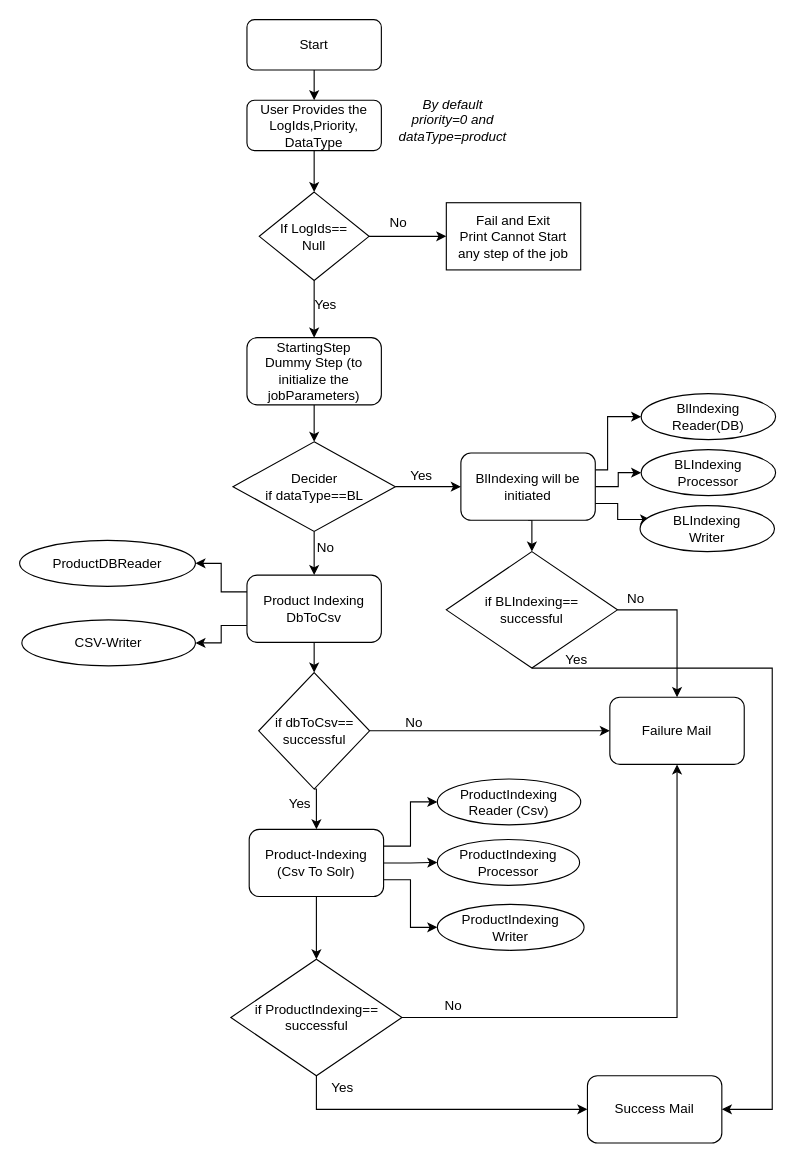
Before: Untitled Diagram.drawio in M-Somtirth/training, a draw.io diagram. Source tidied: cells renumbered, new cells numbered last; positions are measured from the earlier drawing's top-left corner, leaving out a move shared by most shapes. Both pictures are drawn from the tidied source at 112%, with x=0, y=0 at pixel (19, 19).
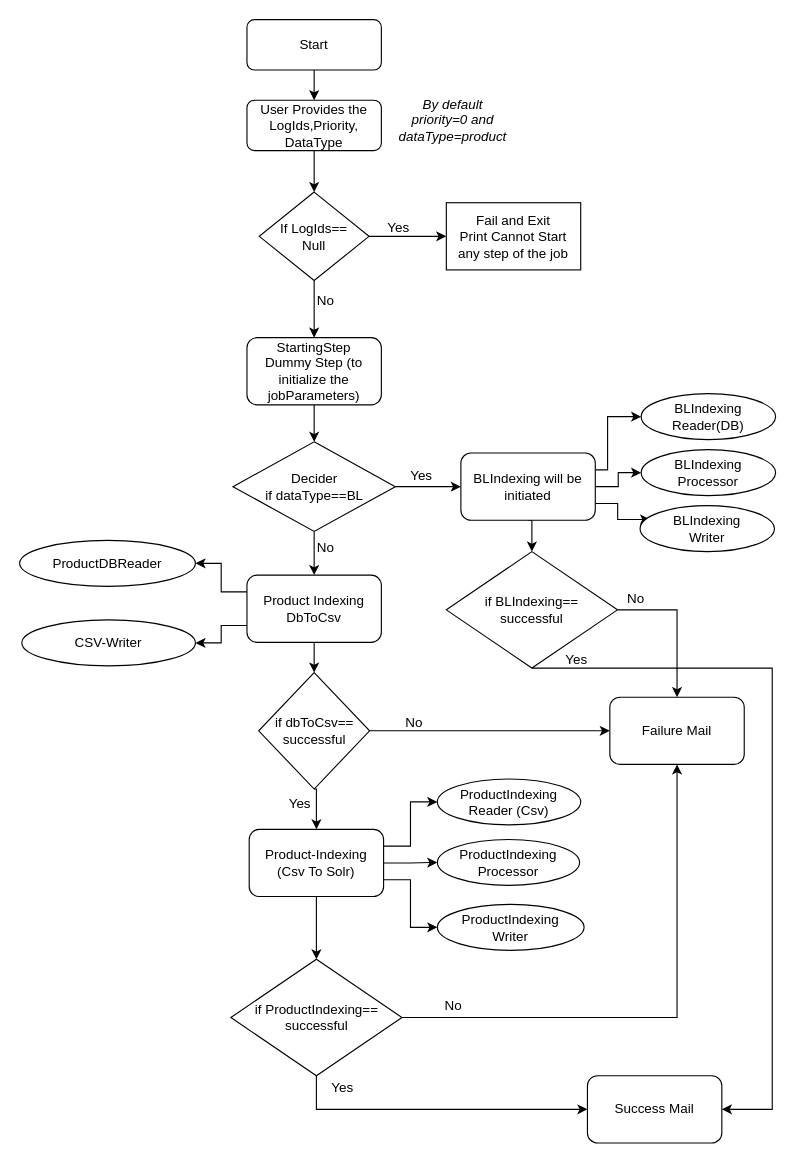
After the change.

Change to the diagram source:
```diff
@@
-    <mxCell id="11" value="BlIndexing will be initiated" style="rounded=1;whiteSpace=wrap;html=1;" parent="1" vertex="1">
+    <mxCell id="11" value="BLIndexing will be initiated" style="rounded=1;whiteSpace=wrap;html=1;" parent="1" vertex="1">
       <mxGeometry x="394" y="387" width="120" height="60" as="geometry" />
     </mxCell>
-    <mxCell id="12" value="BlIndexing&lt;br&gt;Reader(DB)" style="ellipse;whiteSpace=wrap;html=1;" parent="1" vertex="1">
+    <mxCell id="12" value="BLIndexing&lt;br&gt;Reader(DB)" style="ellipse;whiteSpace=wrap;html=1;" parent="1" vertex="1">
       <mxGeometry x="555" y="334" width="120" height="41" as="geometry" />
     </mxCell>
@@
     <mxCell id="59" value="No" style="text;html=1;align=center;verticalAlign=middle;strokeColor=none;fillColor=none;" parent="1" vertex="1">
-      <mxGeometry x="321" y="169" width="33" height="26" as="geometry" />
+      <mxGeometry x="256" y="238" width="33" height="26" as="geometry" />
     </mxCell>
     <mxCell id="60" value="Yes" style="text;html=1;align=center;verticalAlign=middle;strokeColor=none;fillColor=none;" parent="1" vertex="1">
-      <mxGeometry x="254" y="242" width="38" height="26" as="geometry" />
+      <mxGeometry x="318.5" y="173" width="38" height="26" as="geometry" />
     </mxCell>
```
